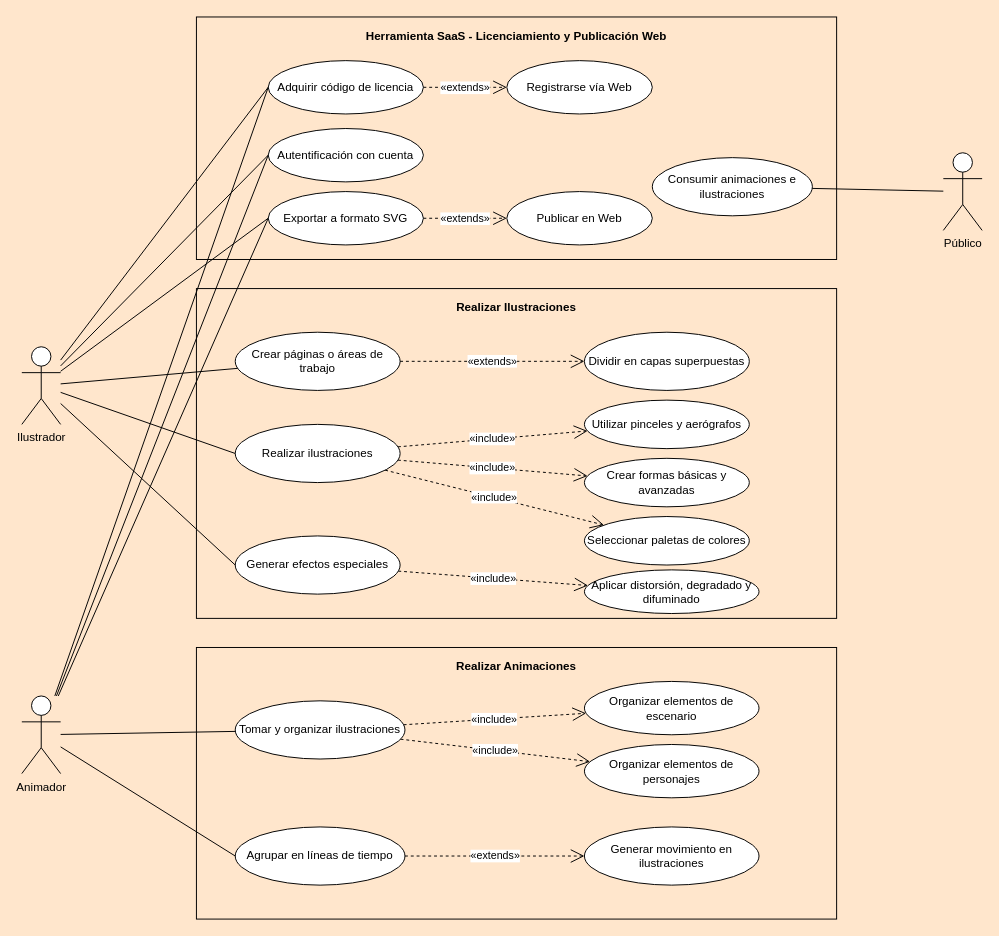
This is EVAL-CASOS-USO.drawio from Isa4cc/MODELADO-DIAGRAMAS, a draw.io file, before an edit. Source tidied: cells renumbered, new cells numbered last; positions are measured from the earlier drawing's top-left corner, leaving out a move shared by most shapes. Both pictures are drawn from the tidied source at 97%, with x=0, y=0 at pixel (21, 16).
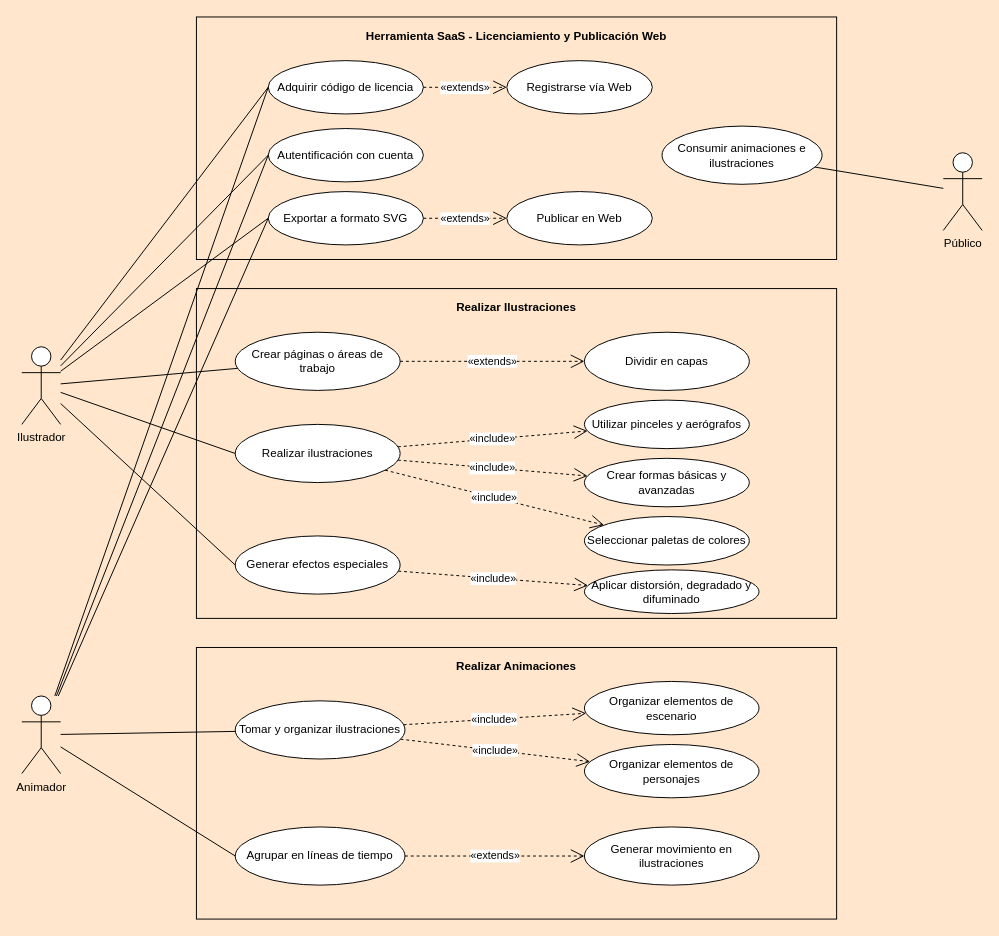
After the change.

Diff of the diagram source:
```diff
@@
     <mxCell id="16" value="Consumir animaciones e ilustraciones" style="ellipse;whiteSpace=wrap;html=1;" parent="1" vertex="1">
-      <mxGeometry x="650" y="145" width="165" height="60" as="geometry" />
+      <mxGeometry x="660" y="112.5" width="165" height="60" as="geometry" />
     </mxCell>
@@
-    <mxCell id="18" value="Dividir en capas superpuestas" style="ellipse;whiteSpace=wrap;html=1;" parent="1" vertex="1">
+    <mxCell id="18" value="Dividir en capas" style="ellipse;whiteSpace=wrap;html=1;" parent="1" vertex="1">
       <mxGeometry x="580" y="325" width="170" height="60" as="geometry" />
     </mxCell>
```
